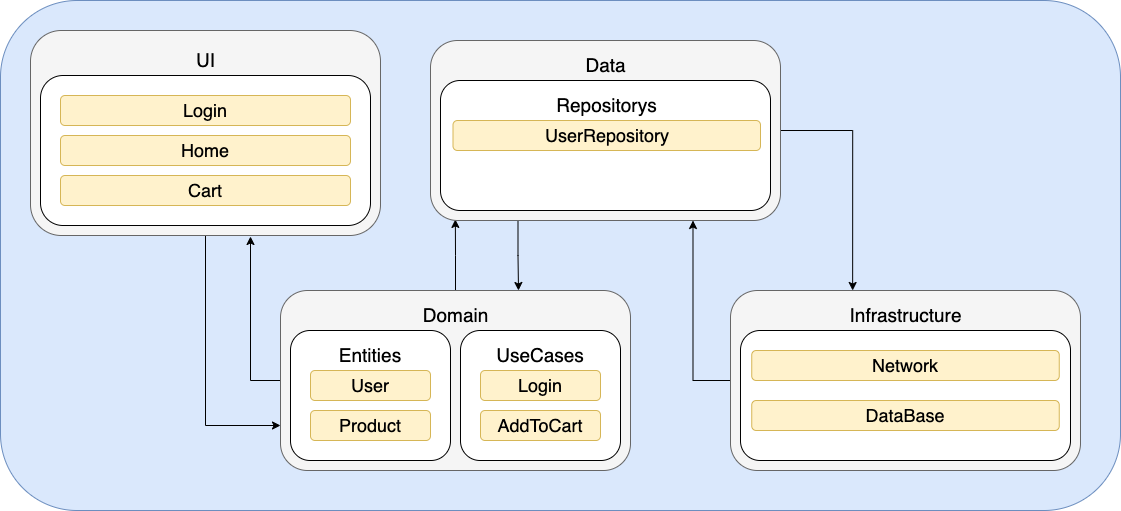
Above: documentation/BuyNFTs-Modules.png in gu7araujo/IOS-BuyNFTs (draw.io), before the change. Source tidied: cells renumbered, new cells last; positions are measured from the earlier drawing's top-left corner, leaving out a move shared by most shapes.
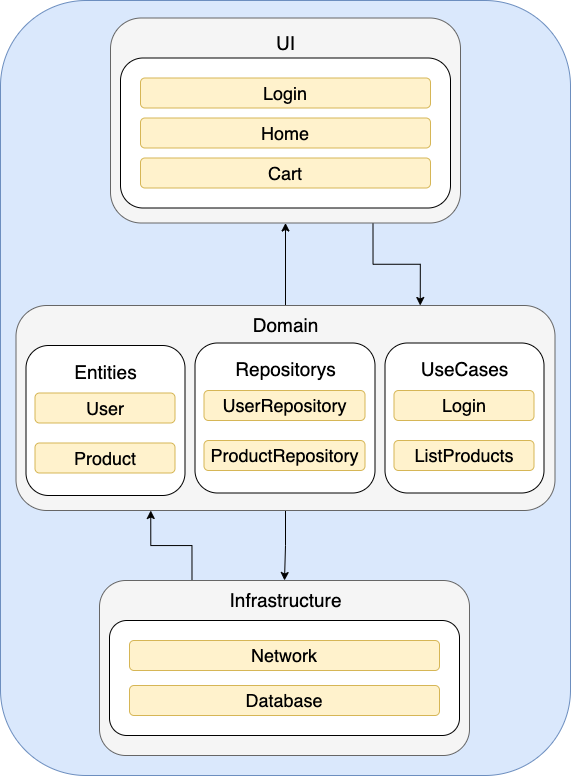
After the commit.

What changed in the source:
```diff
@@ -2,110 +2,95 @@
   <root>
     <mxCell id="0" />
     <mxCell id="1" parent="0" />
-    <mxCell id="2" style="rounded=1;whiteSpace=wrap;html=1;fillColor=#dae8fc;strokeColor=#6c8ebf;" parent="1" vertex="1">
-      <mxGeometry width="1120" height="510" as="geometry" />
-    </mxCell>
-    <mxCell id="3" style="edgeStyle=orthogonalEdgeStyle;rounded=0;jettySize=auto;html=1;fontSize=18;fontColor=#000000;" parent="1" edge="1" source="5">
-      <mxGeometry relative="1" as="geometry">
-        <mxPoint x="250" y="236" as="targetPoint" />
-      </mxGeometry>
-    </mxCell>
-    <mxCell id="4" style="edgeStyle=orthogonalEdgeStyle;rounded=0;jettySize=auto;html=1;entryX=0.071;entryY=0.994;entryDx=0;entryDy=0;entryPerimeter=0;" parent="1" edge="1" source="5" target="17">
-      <mxGeometry relative="1" as="geometry" />
-    </mxCell>
-    <mxCell id="5" style="rounded=1;whiteSpace=wrap;html=1;fillColor=#f5f5f5;fontColor=#333333;strokeColor=#666666;" parent="1" vertex="1">
-      <mxGeometry x="280" y="290" width="350" height="180" as="geometry" />
-    </mxCell>
+    <mxCell id="35" style="rounded=1;whiteSpace=wrap;html=1;fillColor=#dae8fc;strokeColor=#6c8ebf;" parent="1" vertex="1">
+      <mxGeometry x="-1700" y="75" width="570" height="775" as="geometry" />
+    </mxCell>
+    <mxCell id="36" style="edgeStyle=orthogonalEdgeStyle;rounded=0;jettySize=auto;html=1;exitX=0.75;exitY=1;exitDx=0;exitDy=0;entryX=0.75;entryY=0;entryDx=0;entryDy=0;" parent="1" edge="1" source="37" target="42">
+      <mxGeometry relative="1" as="geometry" />
+    </mxCell>
+    <mxCell id="37" style="rounded=1;whiteSpace=wrap;html=1;fillColor=#f5f5f5;fontColor=#333333;strokeColor=#666666;" parent="1" vertex="1">
+      <mxGeometry x="-1590" y="92.5" width="350" height="205" as="geometry" />
+    </mxCell>
+    <mxCell id="30" value="UI" style="text;html=1;align=center;verticalAlign=middle;whiteSpace=wrap;rounded=0;fontColor=#000000;fontSize=19;" parent="1" vertex="1">
+      <mxGeometry x="-1447.5" y="102.5" width="65" height="30" as="geometry" />
+    </mxCell>
+    <mxCell id="38" style="rounded=1;whiteSpace=wrap;html=1;fontSize=19;fontColor=#000000;" parent="1" vertex="1">
+      <mxGeometry x="-1580" y="132.5" width="330" height="150" as="geometry" />
+    </mxCell>
+    <mxCell id="39" value="Login" style="rounded=1;whiteSpace=wrap;html=1;fontSize=18;fillColor=#fff2cc;strokeColor=#d6b656;fontColor=#000000;" parent="1" vertex="1">
+      <mxGeometry x="-1560" y="152.5" width="290" height="30" as="geometry" />
+    </mxCell>
+    <mxCell id="33" value="Home" style="rounded=1;whiteSpace=wrap;html=1;fontSize=18;fillColor=#fff2cc;strokeColor=#d6b656;fontColor=#000000;" parent="1" vertex="1">
+      <mxGeometry x="-1560" y="192.5" width="290" height="30" as="geometry" />
+    </mxCell>
+    <mxCell id="34" value="Cart" style="rounded=1;whiteSpace=wrap;html=1;fontSize=18;fillColor=#fff2cc;strokeColor=#d6b656;fontColor=#000000;" parent="1" vertex="1">
+      <mxGeometry x="-1560" y="232.5" width="290" height="30" as="geometry" />
+    </mxCell>
+    <mxCell id="40" style="edgeStyle=orthogonalEdgeStyle;rounded=0;jettySize=auto;html=1;" parent="1" edge="1" source="42" target="37">
+      <mxGeometry relative="1" as="geometry" />
+    </mxCell>
+    <mxCell id="41" style="edgeStyle=orthogonalEdgeStyle;rounded=0;jettySize=auto;html=1;entryX=0.5;entryY=0;entryDx=0;entryDy=0;" parent="1" edge="1" source="42" target="50">
+      <mxGeometry relative="1" as="geometry" />
+    </mxCell>
+    <mxCell id="42" style="rounded=1;whiteSpace=wrap;html=1;fillColor=#f5f5f5;fontColor=#333333;strokeColor=#666666;" parent="1" vertex="1">
+      <mxGeometry x="-1684.5" y="380" width="539" height="205" as="geometry" />
+    </mxCell>
     <mxCell id="6" value="Domain" style="text;html=1;align=center;verticalAlign=middle;whiteSpace=wrap;rounded=0;fontColor=#000000;fontSize=19;" parent="1" vertex="1">
-      <mxGeometry x="422.5" y="300" width="65" height="30" as="geometry" />
+      <mxGeometry x="-1447.5" y="385.5" width="65" height="30" as="geometry" />
     </mxCell>
-    <mxCell id="7" style="rounded=1;whiteSpace=wrap;html=1;fontSize=19;fontColor=#000000;" parent="1" vertex="1">
-      <mxGeometry x="290" y="330" width="160" height="130" as="geometry" />
-    </mxCell>
-    <mxCell id="8" value="Entities" style="text;html=1;strokeColor=none;fillColor=none;align=center;verticalAlign=middle;whiteSpace=wrap;rounded=0;fontSize=19;fontColor=#000000;" parent="1" vertex="1">
-      <mxGeometry x="340" y="340" width="60" height="30" as="geometry" />
-    </mxCell>
+    <mxCell id="43" style="rounded=1;whiteSpace=wrap;html=1;fontSize=19;fontColor=#000000;" parent="1" vertex="1">
+      <mxGeometry x="-1674.5" y="420" width="159" height="150" as="geometry" />
+    </mxCell>
     <mxCell id="9" value="User" style="rounded=1;whiteSpace=wrap;html=1;fontSize=18;fillColor=#fff2cc;strokeColor=#d6b656;fontColor=#000000;" parent="1" vertex="1">
-      <mxGeometry x="310" y="370" width="120" height="30" as="geometry" />
+      <mxGeometry x="-1665.5" y="467.5" width="140" height="30" as="geometry" />
     </mxCell>
     <mxCell id="10" value="Product" style="rounded=1;whiteSpace=wrap;html=1;fontSize=18;fillColor=#fff2cc;strokeColor=#d6b656;fontColor=#000000;" parent="1" vertex="1">
-      <mxGeometry x="310" y="410" width="120" height="30" as="geometry" />
+      <mxGeometry x="-1665.5" y="517.5" width="140" height="30" as="geometry" />
     </mxCell>
-    <mxCell id="11" style="rounded=1;whiteSpace=wrap;html=1;fontSize=19;fontColor=#000000;" parent="1" vertex="1">
-      <mxGeometry x="460" y="330" width="160" height="130" as="geometry" />
-    </mxCell>
+    <mxCell id="8" value="Entities" style="text;html=1;align=center;verticalAlign=middle;whiteSpace=wrap;rounded=0;fontColor=#000000;fontSize=19;" parent="1" vertex="1">
+      <mxGeometry x="-1627.5" y="431.5" width="65" height="30" as="geometry" />
+    </mxCell>
+    <mxCell id="44" style="rounded=1;whiteSpace=wrap;html=1;fontSize=19;fontColor=#000000;" parent="1" vertex="1">
+      <mxGeometry x="-1505.5" y="417.5" width="180" height="150" as="geometry" />
+    </mxCell>
+    <mxCell id="21" value="UserRepository" style="rounded=1;whiteSpace=wrap;html=1;fontSize=18;fillColor=#fff2cc;strokeColor=#d6b656;fontColor=#000000;" parent="1" vertex="1">
+      <mxGeometry x="-1496.5" y="465" width="161" height="30" as="geometry" />
+    </mxCell>
+    <mxCell id="45" value="ProductRepository" style="rounded=1;whiteSpace=wrap;html=1;fontSize=18;fillColor=#fff2cc;strokeColor=#d6b656;fontColor=#000000;" parent="1" vertex="1">
+      <mxGeometry x="-1496.5" y="515" width="161" height="30" as="geometry" />
+    </mxCell>
+    <mxCell id="20" value="Repositorys" style="text;html=1;align=center;verticalAlign=middle;whiteSpace=wrap;rounded=0;fontColor=#000000;fontSize=19;" parent="1" vertex="1">
+      <mxGeometry x="-1447.5" y="429" width="65" height="30" as="geometry" />
+    </mxCell>
+    <mxCell id="46" style="rounded=1;whiteSpace=wrap;html=1;fontSize=19;fontColor=#000000;" parent="1" vertex="1">
+      <mxGeometry x="-1315.5" y="417.5" width="159" height="150" as="geometry" />
+    </mxCell>
+    <mxCell id="47" value="Login" style="rounded=1;whiteSpace=wrap;html=1;fontSize=18;fillColor=#fff2cc;strokeColor=#d6b656;fontColor=#000000;" parent="1" vertex="1">
+      <mxGeometry x="-1306.5" y="465" width="140" height="30" as="geometry" />
+    </mxCell>
+    <mxCell id="48" value="ListProducts" style="rounded=1;whiteSpace=wrap;html=1;fontSize=18;fillColor=#fff2cc;strokeColor=#d6b656;fontColor=#000000;" parent="1" vertex="1">
+      <mxGeometry x="-1306.5" y="515" width="140" height="30" as="geometry" />
+    </mxCell>
-    <mxCell id="12" value="UseCases" style="text;html=1;strokeColor=none;fillColor=none;align=center;verticalAlign=middle;whiteSpace=wrap;rounded=0;fontSize=19;fontColor=#000000;" parent="1" vertex="1">
-      <mxGeometry x="510" y="340" width="60" height="30" as="geometry" />
+    <mxCell id="12" value="UseCases" style="text;html=1;align=center;verticalAlign=middle;whiteSpace=wrap;rounded=0;fontColor=#000000;fontSize=19;" parent="1" vertex="1">
+      <mxGeometry x="-1268.5" y="429" width="65" height="30" as="geometry" />
     </mxCell>
-    <mxCell id="13" value="Login" style="rounded=1;whiteSpace=wrap;html=1;fontSize=18;fillColor=#fff2cc;strokeColor=#d6b656;fontColor=#000000;" parent="1" vertex="1">
-      <mxGeometry x="480" y="370" width="120" height="30" as="geometry" />
-    </mxCell>
-    <mxCell id="14" value="AddToCart" style="rounded=1;whiteSpace=wrap;html=1;fontSize=18;fillColor=#fff2cc;strokeColor=#d6b656;fontColor=#000000;" parent="1" vertex="1">
-      <mxGeometry x="480" y="410" width="120" height="30" as="geometry" />
-    </mxCell>
-    <mxCell id="15" style="edgeStyle=orthogonalEdgeStyle;rounded=0;jettySize=auto;html=1;exitX=1;exitY=0.5;exitDx=0;exitDy=0;entryX=0.349;entryY=0;entryDx=0;entryDy=0;entryPerimeter=0;" parent="1" edge="1" source="17" target="23">
-      <mxGeometry relative="1" as="geometry" />
-    </mxCell>
-    <mxCell id="16" style="edgeStyle=orthogonalEdgeStyle;rounded=0;jettySize=auto;html=1;exitX=0.25;exitY=1;exitDx=0;exitDy=0;entryX=0.68;entryY=0;entryDx=0;entryDy=0;entryPerimeter=0;" parent="1" edge="1" source="17" target="5">
-      <mxGeometry relative="1" as="geometry" />
-    </mxCell>
-    <mxCell id="17" style="rounded=1;whiteSpace=wrap;html=1;fillColor=#f5f5f5;fontColor=#333333;strokeColor=#666666;" parent="1" vertex="1">
-      <mxGeometry x="430" y="40" width="350" height="180" as="geometry" />
-    </mxCell>
-    <mxCell id="18" value="Data" style="text;html=1;align=center;verticalAlign=middle;whiteSpace=wrap;rounded=0;fontColor=#000000;fontSize=19;" parent="1" vertex="1">
-      <mxGeometry x="572.5" y="50" width="65" height="30" as="geometry" />
-    </mxCell>
-    <mxCell id="19" style="rounded=1;whiteSpace=wrap;html=1;fontSize=19;fontColor=#000000;" parent="1" vertex="1">
-      <mxGeometry x="440" y="80" width="330" height="130" as="geometry" />
-    </mxCell>
-    <mxCell id="20" value="Repositorys" style="text;html=1;strokeColor=none;fillColor=none;align=center;verticalAlign=middle;whiteSpace=wrap;rounded=0;fontSize=19;fontColor=#000000;" parent="1" vertex="1">
-      <mxGeometry x="543.8" y="90" width="125" height="30" as="geometry" />
-    </mxCell>
-    <mxCell id="21" value="UserRepository" style="rounded=1;whiteSpace=wrap;html=1;fontSize=18;fillColor=#fff2cc;strokeColor=#d6b656;fontColor=#000000;" parent="1" vertex="1">
-      <mxGeometry x="452.5" y="120" width="307.5" height="30" as="geometry" />
-    </mxCell>
-    <mxCell id="22" style="edgeStyle=orthogonalEdgeStyle;rounded=0;jettySize=auto;html=1;entryX=0.75;entryY=1;entryDx=0;entryDy=0;" parent="1" edge="1" source="23" target="17">
-      <mxGeometry relative="1" as="geometry">
-        <Array as="points">
-          <mxPoint x="693" y="380" />
-        </Array>
-      </mxGeometry>
-    </mxCell>
-    <mxCell id="23" style="rounded=1;whiteSpace=wrap;html=1;fillColor=#f5f5f5;fontColor=#333333;strokeColor=#666666;" parent="1" vertex="1">
-      <mxGeometry x="730" y="290" width="350" height="180" as="geometry" />
-    </mxCell>
+    <mxCell id="49" style="edgeStyle=orthogonalEdgeStyle;rounded=0;jettySize=auto;html=1;exitX=0.25;exitY=0;exitDx=0;exitDy=0;entryX=0.25;entryY=1;entryDx=0;entryDy=0;" parent="1" edge="1" source="50" target="42">
+      <mxGeometry relative="1" as="geometry" />
+    </mxCell>
+    <mxCell id="50" style="rounded=1;whiteSpace=wrap;html=1;fillColor=#f5f5f5;fontColor=#333333;strokeColor=#666666;" parent="1" vertex="1">
+      <mxGeometry x="-1601" y="655" width="370" height="175" as="geometry" />
+    </mxCell>
     <mxCell id="24" value="Infrastructure" style="text;html=1;align=center;verticalAlign=middle;whiteSpace=wrap;rounded=0;fontColor=#000000;fontSize=19;" parent="1" vertex="1">
-      <mxGeometry x="872.5" y="300" width="65" height="30" as="geometry" />
+      <mxGeometry x="-1447.5" y="660" width="65" height="30" as="geometry" />
     </mxCell>
-    <mxCell id="25" style="rounded=1;whiteSpace=wrap;html=1;fontSize=19;fontColor=#000000;" parent="1" vertex="1">
-      <mxGeometry x="740" y="330" width="330" height="130" as="geometry" />
-    </mxCell>
+    <mxCell id="51" style="rounded=1;whiteSpace=wrap;html=1;fontSize=19;fontColor=#000000;" parent="1" vertex="1">
+      <mxGeometry x="-1591" y="695" width="350" height="115" as="geometry" />
+    </mxCell>
     <mxCell id="26" value="Network" style="rounded=1;whiteSpace=wrap;html=1;fontSize=18;fillColor=#fff2cc;strokeColor=#d6b656;fontColor=#000000;" parent="1" vertex="1">
-      <mxGeometry x="751.2" y="350" width="307.5" height="30" as="geometry" />
+      <mxGeometry x="-1571" y="715" width="310" height="30" as="geometry" />
     </mxCell>
-    <mxCell id="27" value="DataBase" style="rounded=1;whiteSpace=wrap;html=1;fontSize=18;fillColor=#fff2cc;strokeColor=#d6b656;fontColor=#000000;" parent="1" vertex="1">
-      <mxGeometry x="751.2" y="400" width="307.5" height="30" as="geometry" />
-    </mxCell>
-    <mxCell id="28" style="edgeStyle=orthogonalEdgeStyle;rounded=0;jettySize=auto;html=1;entryX=0;entryY=0.75;entryDx=0;entryDy=0;" parent="1" edge="1" source="29" target="5">
-      <mxGeometry relative="1" as="geometry" />
-    </mxCell>
-    <mxCell id="29" style="rounded=1;whiteSpace=wrap;html=1;fillColor=#f5f5f5;fontColor=#333333;strokeColor=#666666;" parent="1" vertex="1">
-      <mxGeometry x="30" y="30" width="350" height="205" as="geometry" />
-    </mxCell>
-    <mxCell id="30" value="UI" style="text;html=1;align=center;verticalAlign=middle;whiteSpace=wrap;rounded=0;fontColor=#000000;fontSize=19;" parent="1" vertex="1">
-      <mxGeometry x="172.5" y="45" width="65" height="30" as="geometry" />
-    </mxCell>
-    <mxCell id="31" style="rounded=1;whiteSpace=wrap;html=1;fontSize=19;fontColor=#000000;" parent="1" vertex="1">
-      <mxGeometry x="40" y="75" width="330" height="150" as="geometry" />
-    </mxCell>
-    <mxCell id="32" value="Login" style="rounded=1;whiteSpace=wrap;html=1;fontSize=18;fillColor=#fff2cc;strokeColor=#d6b656;fontColor=#000000;" parent="1" vertex="1">
-      <mxGeometry x="60" y="95" width="290" height="30" as="geometry" />
-    </mxCell>
-    <mxCell id="33" value="Home" style="rounded=1;whiteSpace=wrap;html=1;fontSize=18;fillColor=#fff2cc;strokeColor=#d6b656;fontColor=#000000;" parent="1" vertex="1">
-      <mxGeometry x="60" y="135" width="290" height="30" as="geometry" />
-    </mxCell>
-    <mxCell id="34" value="Cart" style="rounded=1;whiteSpace=wrap;html=1;fontSize=18;fillColor=#fff2cc;strokeColor=#d6b656;fontColor=#000000;" parent="1" vertex="1">
-      <mxGeometry x="60" y="175" width="290" height="30" as="geometry" />
-    </mxCell>
+    <mxCell id="52" value="Database" style="rounded=1;whiteSpace=wrap;html=1;fontSize=18;fillColor=#fff2cc;strokeColor=#d6b656;fontColor=#000000;" parent="1" vertex="1">
+      <mxGeometry x="-1571" y="760" width="310" height="30" as="geometry" />
+    </mxCell>
   </root>
 </mxGraphModel>
```
